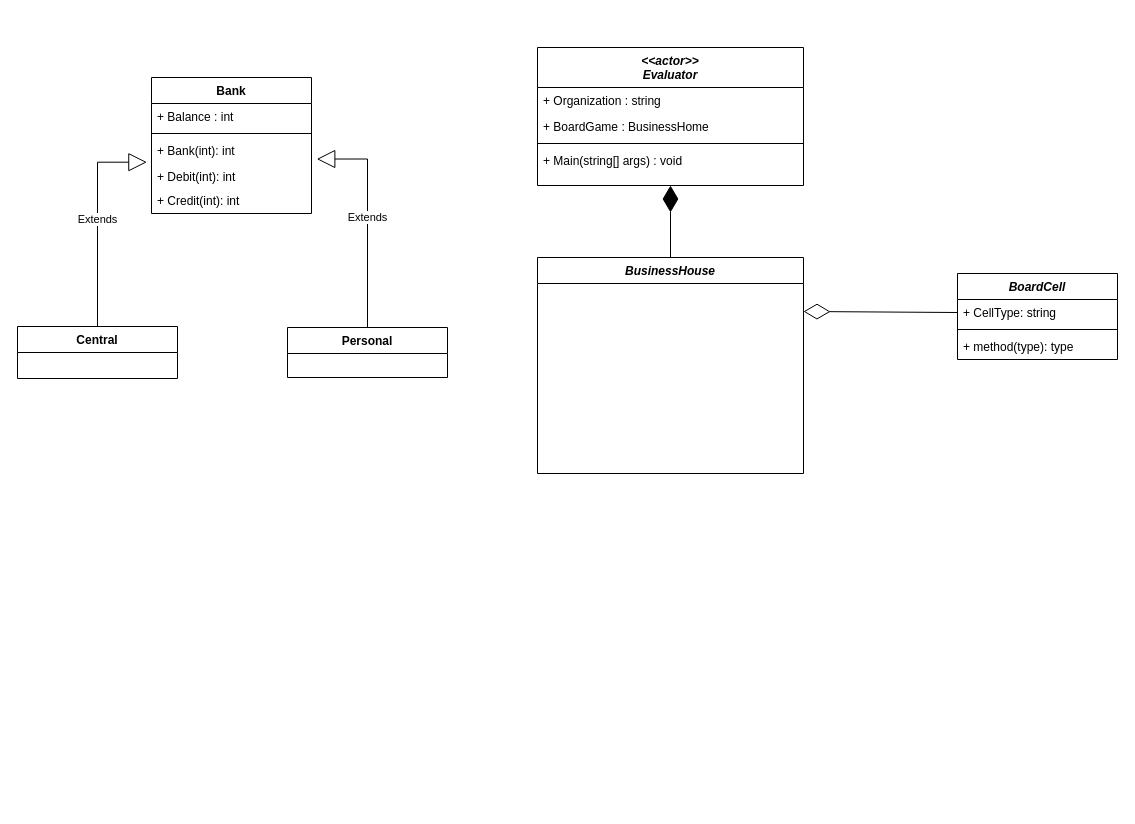
This is design/boardgame-logicalview.drawio from ksivasenthil/boardgame, a draw.io file, before an edit. Source tidied: cells renumbered, new cells numbered last; positions are measured from the earlier drawing's top-left corner, leaving out a move shared by most shapes. Both pictures are drawn from the tidied source at 100%, with x=0, y=0 at pixel (17, 47).
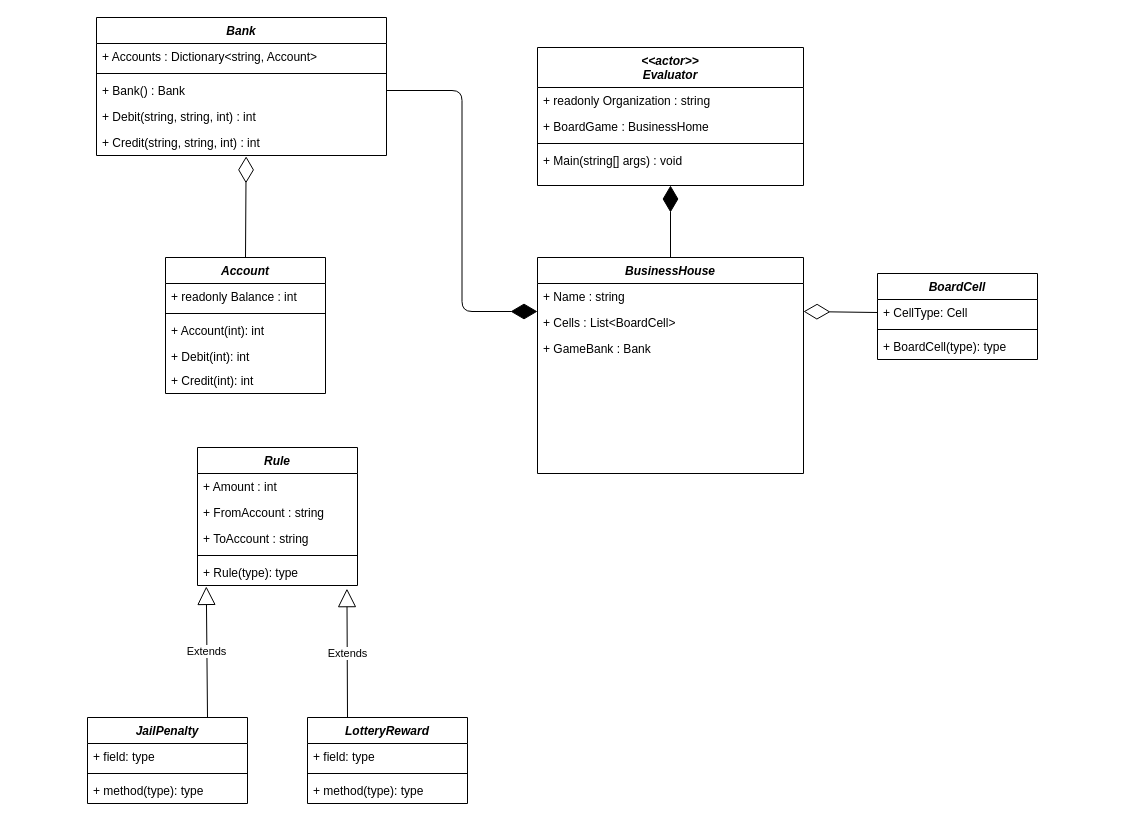
After the change.

Commit message:
updated bank and account relationship, added rule

The change refers to these unchanged cells:
```xml
<mxCell id="5" value="&lt;&lt;actor&gt;&gt;&#10;Evaluator" style="swimlane;fontStyle=3;align=center;verticalAlign=top;horizontal=1;startSize=40;rounded=0;shadow=0;strokeWidth=1;" parent="1" vertex="1">
  <mxGeometry x="520" width="266" height="138" as="geometry" />
</mxCell>
<mxCell id="10" value="BusinessHouse" style="swimlane;fontStyle=3;align=center;verticalAlign=top;horizontal=1;startSize=26;rounded=0;shadow=0;strokeWidth=1;" parent="1" vertex="1">
  <mxGeometry x="520" y="210" width="266" height="216" as="geometry" />
</mxCell>
<mxCell id="16" value="+ Debit(int): int" style="text;strokeColor=none;fillColor=none;align=left;verticalAlign=top;spacingLeft=4;spacingRight=4;overflow=hidden;points=[[0,0.5],[1,0.5]];portConstraint=eastwest;" parent="12" vertex="1">
  <mxGeometry y="86" width="160" height="24" as="geometry" />
</mxCell>
```

The edit, as a diff of the source:
```diff
@@
-    <mxCell id="3" value="Extends" style="endArrow=block;endSize=16;endFill=0;html=1;exitX=0.5;exitY=0;exitDx=0;exitDy=0;rounded=0;edgeStyle=orthogonalEdgeStyle;entryX=-0.029;entryY=-0.054;entryDx=0;entryDy=0;entryPerimeter=0;" parent="1" edge="1" source="4" target="16">
-      <mxGeometry relative="1" as="geometry" />
-    </mxCell>
-    <mxCell id="4" value="Central" style="swimlane;fontStyle=1;align=center;verticalAlign=top;horizontal=1;startSize=26;" parent="1" vertex="1">
-      <mxGeometry y="279" width="160" height="52" as="geometry" />
-    </mxCell>
@@
-    <mxCell id="6" value="+ Organization : string" style="text;align=left;verticalAlign=top;spacingLeft=4;spacingRight=4;overflow=hidden;rounded=0;shadow=0;html=0;" parent="5" vertex="1">
+    <mxCell id="6" value="+ readonly Organization : string" style="text;align=left;verticalAlign=top;spacingLeft=4;spacingRight=4;overflow=hidden;rounded=0;shadow=0;html=0;" parent="5" vertex="1">
       <mxGeometry y="40" width="266" height="26" as="geometry" />
     </mxCell>
@@
-    <mxCell id="11" value="Extends" style="endArrow=block;endSize=16;endFill=0;html=1;exitX=0.5;exitY=0;exitDx=0;exitDy=0;edgeStyle=orthogonalEdgeStyle;rounded=0;entryX=1.033;entryY=-0.186;entryDx=0;entryDy=0;entryPerimeter=0;" parent="1" edge="1" source="18" target="16">
-      <mxGeometry relative="1" as="geometry" />
-    </mxCell>
+    <mxCell id="24" value="+ Name : string" style="text;align=left;verticalAlign=top;spacingLeft=4;spacingRight=4;overflow=hidden;rounded=0;shadow=0;html=0;" parent="10" vertex="1">
+      <mxGeometry y="26" width="266" height="26" as="geometry" />
+    </mxCell>
+    <mxCell id="25" value="+ Cells : List&lt;BoardCell&gt;" style="text;align=left;verticalAlign=top;spacingLeft=4;spacingRight=4;overflow=hidden;rounded=0;shadow=0;html=0;" parent="10" vertex="1">
+      <mxGeometry y="52" width="266" height="26" as="geometry" />
+    </mxCell>
+    <mxCell id="26" value="+ GameBank : Bank" style="text;align=left;verticalAlign=top;spacingLeft=4;spacingRight=4;overflow=hidden;rounded=0;shadow=0;html=0;" parent="10" vertex="1">
+      <mxGeometry y="78" width="266" height="26" as="geometry" />
+    </mxCell>
+    <mxCell id="19" style="endArrow=diamondThin;endFill=0;endSize=24;html=1;entryX=1;entryY=0.25;entryDx=0;entryDy=0;exitX=0;exitY=0.5;exitDx=0;exitDy=0;startSize=0;" parent="1" edge="1" source="21" target="10">
+      <mxGeometry relative="1" as="geometry" />
+    </mxCell>
+    <mxCell id="20" value="BoardCell" style="swimlane;fontStyle=3;align=center;verticalAlign=top;horizontal=1;startSize=26;" parent="1" vertex="1">
+      <mxGeometry x="860" y="226" width="160" height="86" as="geometry" />
+    </mxCell>
+    <mxCell id="21" value="+ CellType: Cell" style="text;strokeColor=none;fillColor=none;align=left;verticalAlign=top;spacingLeft=4;spacingRight=4;overflow=hidden;points=[[0,0.5],[1,0.5]];portConstraint=eastwest;" parent="20" vertex="1">
+      <mxGeometry y="26" width="160" height="26" as="geometry" />
+    </mxCell>
+    <mxCell id="22" style="line;strokeWidth=1;fillColor=none;align=left;verticalAlign=middle;spacingTop=-1;spacingLeft=3;spacingRight=3;labelPosition=right;" parent="20" vertex="1">
+      <mxGeometry y="52" width="160" height="8" as="geometry" />
+    </mxCell>
+    <mxCell id="23" value="+ BoardCell(type): type" style="text;strokeColor=none;fillColor=none;align=left;verticalAlign=top;spacingLeft=4;spacingRight=4;overflow=hidden;" parent="20" vertex="1">
+      <mxGeometry y="60" width="160" height="26" as="geometry" />
+    </mxCell>
+    <mxCell id="27" value="Bank" style="swimlane;fontStyle=3;align=center;verticalAlign=top;horizontal=1;startSize=26;" parent="1" vertex="1">
+      <mxGeometry x="79" y="-30" width="290" height="138" as="geometry" />
+    </mxCell>
+    <mxCell id="28" value="+ Accounts : Dictionary&lt;string, Account&gt;" style="text;strokeColor=none;fillColor=none;align=left;verticalAlign=top;spacingLeft=4;spacingRight=4;overflow=hidden;" parent="27" vertex="1">
+      <mxGeometry y="26" width="290" height="26" as="geometry" />
+    </mxCell>
+    <mxCell id="29" style="line;strokeWidth=1;fillColor=none;align=left;verticalAlign=middle;spacingTop=-1;spacingLeft=3;spacingRight=3;labelPosition=right;" parent="27" vertex="1">
+      <mxGeometry y="52" width="290" height="8" as="geometry" />
+    </mxCell>
+    <mxCell id="30" value="+ Bank() : Bank" style="text;strokeColor=none;fillColor=none;align=left;verticalAlign=top;spacingLeft=4;spacingRight=4;overflow=hidden;points=[[0,0.5],[1,0.5]];portConstraint=eastwest;" parent="27" vertex="1">
+      <mxGeometry y="60" width="290" height="26" as="geometry" />
+    </mxCell>
+    <mxCell id="31" value="+ Debit(string, string, int) : int" style="text;strokeColor=none;fillColor=none;align=left;verticalAlign=top;spacingLeft=4;spacingRight=4;overflow=hidden;" parent="27" vertex="1">
+      <mxGeometry y="86" width="290" height="26" as="geometry" />
+    </mxCell>
+    <mxCell id="32" value="+ Credit(string, string, int) : int" style="text;strokeColor=none;fillColor=none;align=left;verticalAlign=top;spacingLeft=4;spacingRight=4;overflow=hidden;points=[[0,0.5],[1,0.5]];portConstraint=eastwest;" parent="27" vertex="1">
+      <mxGeometry y="112" width="290" height="26" as="geometry" />
+    </mxCell>
+    <mxCell id="33" style="endArrow=diamondThin;endFill=0;endSize=24;html=1;exitX=0.5;exitY=0;exitDx=0;exitDy=0;startSize=0;entryX=0.516;entryY=1.033;entryDx=0;entryDy=0;entryPerimeter=0;" parent="1" edge="1" source="12" target="32">
+      <mxGeometry relative="1" as="geometry" />
+    </mxCell>
-    <mxCell id="12" value="Bank" style="swimlane;fontStyle=1;align=center;verticalAlign=top;horizontal=1;startSize=26;" parent="1" vertex="1">
-      <mxGeometry x="134" y="30" width="160" height="136" as="geometry" />
+    <mxCell id="12" value="Account" style="swimlane;fontStyle=3;align=center;verticalAlign=top;horizontal=1;startSize=26;" parent="1" vertex="1">
+      <mxGeometry x="148" y="210" width="160" height="136" as="geometry" />
     </mxCell>
-    <mxCell id="13" value="+ Balance : int" style="text;strokeColor=none;fillColor=none;align=left;verticalAlign=top;spacingLeft=4;spacingRight=4;overflow=hidden;" parent="12" vertex="1">
+    <mxCell id="13" value="+ readonly Balance : int" style="text;strokeColor=none;fillColor=none;align=left;verticalAlign=top;spacingLeft=4;spacingRight=4;overflow=hidden;" parent="12" vertex="1">
       <mxGeometry y="26" width="160" height="26" as="geometry" />
     </mxCell>
@@
-    <mxCell id="15" value="+ Bank(int): int" style="text;strokeColor=none;fillColor=none;align=left;verticalAlign=top;spacingLeft=4;spacingRight=4;overflow=hidden;" parent="12" vertex="1">
+    <mxCell id="15" value="+ Account(int): int" style="text;strokeColor=none;fillColor=none;align=left;verticalAlign=top;spacingLeft=4;spacingRight=4;overflow=hidden;" parent="12" vertex="1">
       <mxGeometry y="60" width="160" height="26" as="geometry" />
     </mxCell>
@@
-    <mxCell id="18" value="Personal" style="swimlane;fontStyle=1;align=center;verticalAlign=top;horizontal=1;startSize=26;" parent="1" vertex="1">
-      <mxGeometry x="270" y="280" width="160" height="50" as="geometry" />
-    </mxCell>
-    <mxCell id="19" style="endArrow=diamondThin;endFill=0;endSize=24;html=1;entryX=1;entryY=0.25;entryDx=0;entryDy=0;exitX=0;exitY=0.5;exitDx=0;exitDy=0;startSize=0;" parent="1" edge="1" source="21" target="10">
-      <mxGeometry relative="1" as="geometry" />
-    </mxCell>
-    <mxCell id="20" value="BoardCell" style="swimlane;fontStyle=3;align=center;verticalAlign=top;horizontal=1;startSize=26;" parent="1" vertex="1">
-      <mxGeometry x="940" y="226" width="160" height="86" as="geometry" />
-    </mxCell>
-    <mxCell id="21" value="+ CellType: string" style="text;strokeColor=none;fillColor=none;align=left;verticalAlign=top;spacingLeft=4;spacingRight=4;overflow=hidden;points=[[0,0.5],[1,0.5]];portConstraint=eastwest;" parent="20" vertex="1">
-      <mxGeometry y="26" width="160" height="26" as="geometry" />
-    </mxCell>
-    <mxCell id="22" style="line;strokeWidth=1;fillColor=none;align=left;verticalAlign=middle;spacingTop=-1;spacingLeft=3;spacingRight=3;labelPosition=right;" parent="20" vertex="1">
-      <mxGeometry y="52" width="160" height="8" as="geometry" />
-    </mxCell>
-    <mxCell id="23" value="+ method(type): type" style="text;strokeColor=none;fillColor=none;align=left;verticalAlign=top;spacingLeft=4;spacingRight=4;overflow=hidden;" parent="20" vertex="1">
-      <mxGeometry y="60" width="160" height="26" as="geometry" />
-    </mxCell>
+    <mxCell id="34" value="Rule" style="swimlane;fontStyle=3;align=center;verticalAlign=top;horizontal=1;startSize=26;" parent="1" vertex="1">
+      <mxGeometry x="180" y="400" width="160" height="138" as="geometry" />
+    </mxCell>
+    <mxCell id="35" value="+ Amount : int" style="text;strokeColor=none;fillColor=none;align=left;verticalAlign=top;spacingLeft=4;spacingRight=4;overflow=hidden;" parent="34" vertex="1">
+      <mxGeometry y="26" width="160" height="26" as="geometry" />
+    </mxCell>
+    <mxCell id="36" value="+ FromAccount : string" style="text;strokeColor=none;fillColor=none;align=left;verticalAlign=top;spacingLeft=4;spacingRight=4;overflow=hidden;" parent="34" vertex="1">
+      <mxGeometry y="52" width="160" height="26" as="geometry" />
+    </mxCell>
+    <mxCell id="37" value="+ ToAccount : string" style="text;strokeColor=none;fillColor=none;align=left;verticalAlign=top;spacingLeft=4;spacingRight=4;overflow=hidden;" parent="34" vertex="1">
+      <mxGeometry y="78" width="160" height="26" as="geometry" />
+    </mxCell>
+    <mxCell id="38" style="line;strokeWidth=1;fillColor=none;align=left;verticalAlign=middle;spacingTop=-1;spacingLeft=3;spacingRight=3;labelPosition=right;" parent="34" vertex="1">
+      <mxGeometry y="104" width="160" height="8" as="geometry" />
+    </mxCell>
+    <mxCell id="39" value="+ Rule(type): type" style="text;strokeColor=none;fillColor=none;align=left;verticalAlign=top;spacingLeft=4;spacingRight=4;overflow=hidden;points=[[0,0.5],[1,0.5]];portConstraint=eastwest;" parent="34" vertex="1">
+      <mxGeometry y="112" width="160" height="26" as="geometry" />
+    </mxCell>
+    <mxCell id="40" value="Extends" style="endArrow=block;endSize=16;endFill=0;html=1;exitX=0.75;exitY=0;exitDx=0;exitDy=0;entryX=0.055;entryY=1.036;entryDx=0;entryDy=0;entryPerimeter=0;" parent="1" edge="1" source="42" target="39">
+      <mxGeometry relative="1" as="geometry" />
+    </mxCell>
+    <mxCell id="41" value="Extends" style="endArrow=block;endSize=16;endFill=0;html=1;exitX=0.25;exitY=0;exitDx=0;exitDy=0;entryX=0.934;entryY=1.121;entryDx=0;entryDy=0;entryPerimeter=0;" parent="1" edge="1" source="46" target="39">
+      <mxGeometry relative="1" as="geometry" />
+    </mxCell>
+    <mxCell id="42" value="JailPenalty" style="swimlane;fontStyle=3;align=center;verticalAlign=top;horizontal=1;startSize=26;" parent="1" vertex="1">
+      <mxGeometry x="70" y="670" width="160" height="86" as="geometry" />
+    </mxCell>
+    <mxCell id="43" value="+ field: type" style="text;strokeColor=none;fillColor=none;align=left;verticalAlign=top;spacingLeft=4;spacingRight=4;overflow=hidden;" parent="42" vertex="1">
+      <mxGeometry y="26" width="160" height="26" as="geometry" />
+    </mxCell>
+    <mxCell id="44" style="line;strokeWidth=1;fillColor=none;align=left;verticalAlign=middle;spacingTop=-1;spacingLeft=3;spacingRight=3;labelPosition=right;" parent="42" vertex="1">
+      <mxGeometry y="52" width="160" height="8" as="geometry" />
+    </mxCell>
+    <mxCell id="45" value="+ method(type): type" style="text;strokeColor=none;fillColor=none;align=left;verticalAlign=top;spacingLeft=4;spacingRight=4;overflow=hidden;" parent="42" vertex="1">
+      <mxGeometry y="60" width="160" height="26" as="geometry" />
+    </mxCell>
+    <mxCell id="46" value="LotteryReward" style="swimlane;fontStyle=3;align=center;verticalAlign=top;horizontal=1;startSize=26;" parent="1" vertex="1">
+      <mxGeometry x="290" y="670" width="160" height="86" as="geometry" />
+    </mxCell>
+    <mxCell id="47" value="+ field: type" style="text;strokeColor=none;fillColor=none;align=left;verticalAlign=top;spacingLeft=4;spacingRight=4;overflow=hidden;" parent="46" vertex="1">
+      <mxGeometry y="26" width="160" height="26" as="geometry" />
+    </mxCell>
+    <mxCell id="48" style="line;strokeWidth=1;fillColor=none;align=left;verticalAlign=middle;spacingTop=-1;spacingLeft=3;spacingRight=3;labelPosition=right;" parent="46" vertex="1">
+      <mxGeometry y="52" width="160" height="8" as="geometry" />
+    </mxCell>
+    <mxCell id="49" value="+ method(type): type" style="text;strokeColor=none;fillColor=none;align=left;verticalAlign=top;spacingLeft=4;spacingRight=4;overflow=hidden;" parent="46" vertex="1">
+      <mxGeometry y="60" width="160" height="26" as="geometry" />
+    </mxCell>
+    <mxCell id="50" style="endArrow=diamondThin;endFill=1;endSize=24;html=1;exitX=1;exitY=0.5;exitDx=0;exitDy=0;entryX=0;entryY=0.25;entryDx=0;entryDy=0;edgeStyle=orthogonalEdgeStyle;" parent="1" edge="1" source="30" target="10">
+      <mxGeometry relative="1" as="geometry" />
+    </mxCell>
```
